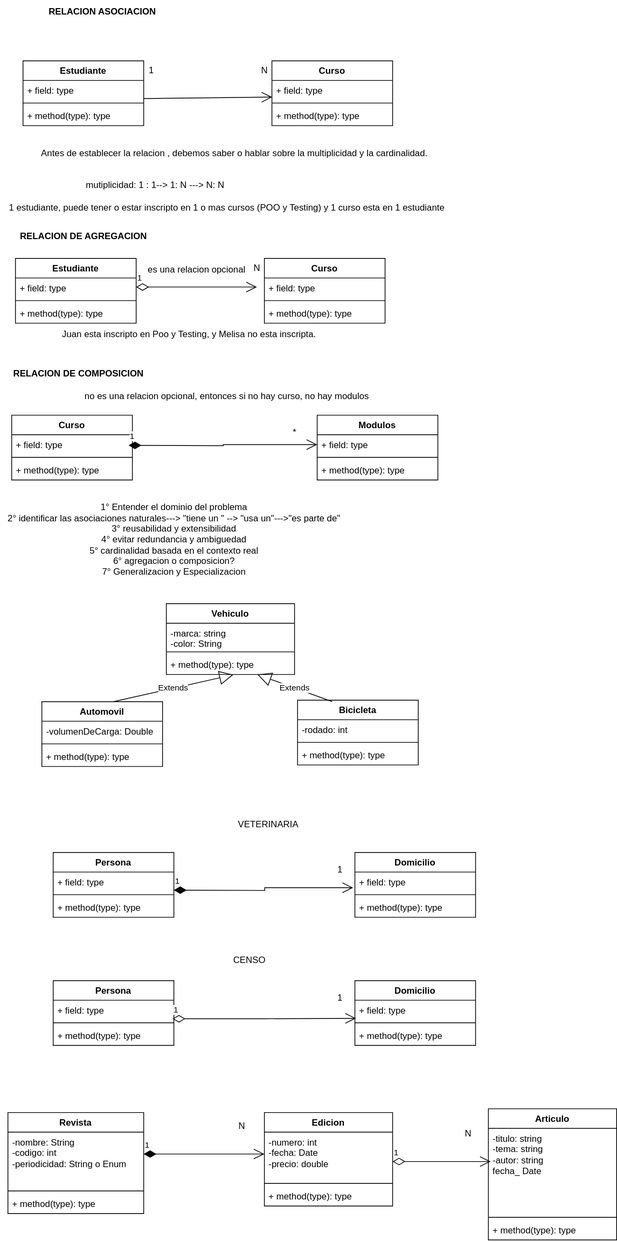
jpereyradh/POO_C5_02_2024 keeps this draw.io diagram as Clase 5- Relaciones/C5_relacionesEntreClases.drawio.svg. Above is the earlier version. Source tidied: cells renumbered, new cells last; positions are measured from the earlier drawing's top-left corner, leaving out a move shared by most shapes.
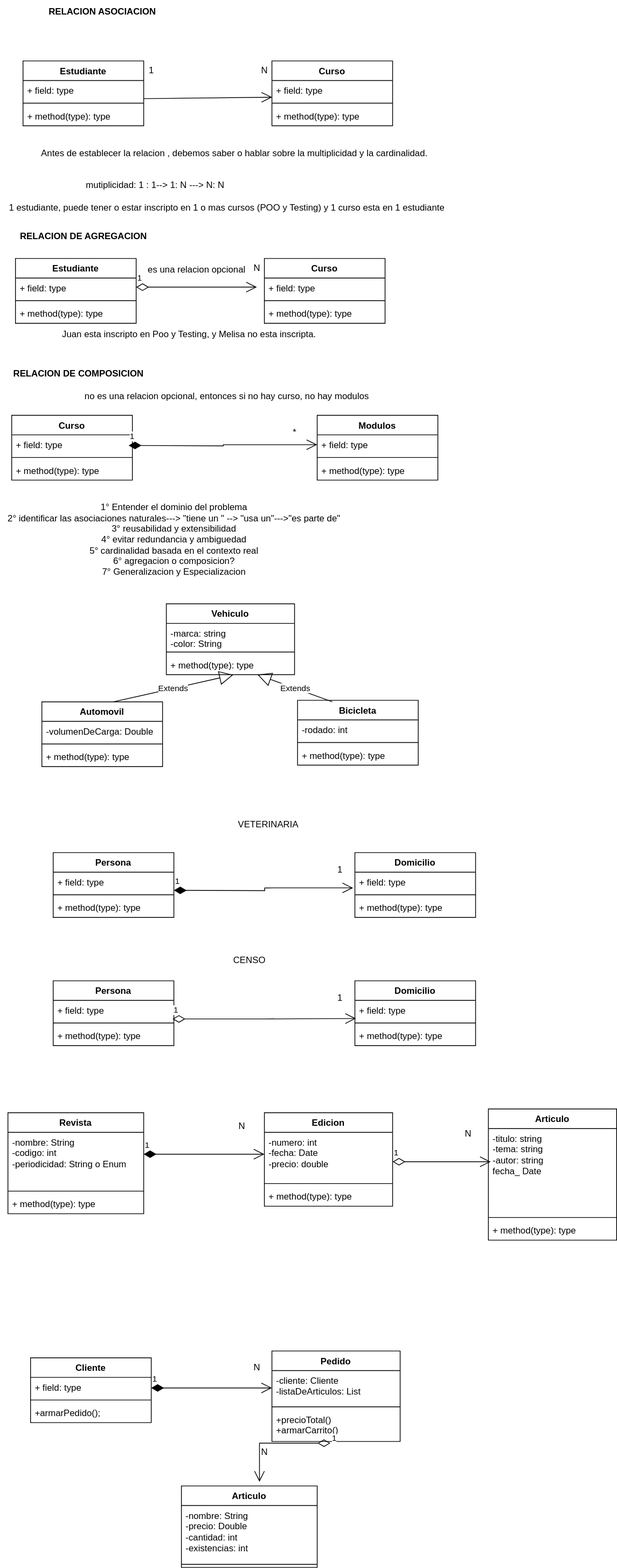
Later version of the same file.

The edit, as a diff of the source:
```diff
@@ -300,5 +300,53 @@
         <mxPoint x="650" y="1540" as="targetPoint" />
       </mxGeometry>
     </mxCell>
+    <mxCell id="95" value="Cliente" style="swimlane;fontStyle=1;align=center;verticalAlign=top;horizontal=1;startSize=26;whiteSpace=wrap;html=1;" parent="1" vertex="1">
+      <mxGeometry x="40" y="1800" width="160" height="86" as="geometry" />
+    </mxCell>
+    <mxCell id="96" value="+ field: type" style="text;strokeColor=none;fillColor=none;align=left;verticalAlign=top;spacingLeft=4;spacingRight=4;overflow=hidden;whiteSpace=wrap;html=1;" parent="95" vertex="1">
+      <mxGeometry y="26" width="160" height="26" as="geometry" />
+    </mxCell>
+    <mxCell id="97" style="line;strokeWidth=1;fillColor=none;align=left;verticalAlign=middle;spacingTop=-1;spacingLeft=3;spacingRight=3;labelPosition=right;strokeColor=inherit;" parent="95" vertex="1">
+      <mxGeometry y="52" width="160" height="8" as="geometry" />
+    </mxCell>
+    <mxCell id="98" value="+armarPedido();" style="text;strokeColor=none;fillColor=none;align=left;verticalAlign=top;spacingLeft=4;spacingRight=4;overflow=hidden;whiteSpace=wrap;html=1;" parent="95" vertex="1">
+      <mxGeometry y="60" width="160" height="26" as="geometry" />
+    </mxCell>
+    <mxCell id="99" value="Pedido" style="swimlane;fontStyle=1;align=center;verticalAlign=top;horizontal=1;startSize=26;whiteSpace=wrap;html=1;" parent="1" vertex="1">
+      <mxGeometry x="360" y="1791" width="170" height="120" as="geometry" />
+    </mxCell>
+    <mxCell id="100" value="-cliente: Cliente&lt;br&gt;-listaDeArticulos: List" style="text;strokeColor=none;fillColor=none;align=left;verticalAlign=top;spacingLeft=4;spacingRight=4;overflow=hidden;whiteSpace=wrap;html=1;" parent="99" vertex="1">
+      <mxGeometry y="26" width="170" height="44" as="geometry" />
+    </mxCell>
+    <mxCell id="101" style="line;strokeWidth=1;fillColor=none;align=left;verticalAlign=middle;spacingTop=-1;spacingLeft=3;spacingRight=3;labelPosition=right;strokeColor=inherit;" parent="99" vertex="1">
+      <mxGeometry y="70" width="170" height="8" as="geometry" />
+    </mxCell>
+    <mxCell id="102" value="+precioTotal()&lt;br&gt;+armarCarrito()" style="text;strokeColor=none;fillColor=none;align=left;verticalAlign=top;spacingLeft=4;spacingRight=4;overflow=hidden;points=[[0,0.5],[1,0.5]];portConstraint=eastwest;whiteSpace=wrap;html=1;" parent="99" vertex="1">
+      <mxGeometry y="78" width="170" height="42" as="geometry" />
+    </mxCell>
+    <mxCell id="103" value="1" style="endArrow=open;html=1;endSize=12;startArrow=diamondThin;startSize=14;startFill=1;edgeStyle=orthogonalEdgeStyle;align=left;verticalAlign=bottom;rounded=0;" parent="1" edge="1">
+      <mxGeometry x="-1" y="3" relative="1" as="geometry">
+        <mxPoint x="200" y="1840" as="sourcePoint" />
+        <mxPoint x="360" y="1840" as="targetPoint" />
+      </mxGeometry>
+    </mxCell>
+    <mxCell id="104" value="N" style="text;html=1;align=center;verticalAlign=middle;strokeColor=none;fillColor=none;" parent="1" vertex="1">
+      <mxGeometry x="325" y="1798" width="30" height="30" as="geometry" />
+    </mxCell>
+    <mxCell id="105" value="Articulo" style="swimlane;fontStyle=1;align=center;verticalAlign=top;horizontal=1;startSize=26;whiteSpace=wrap;html=1;" parent="1" vertex="1">
+      <mxGeometry x="240" y="1970" width="180" height="108" as="geometry" />
+    </mxCell>
+    <mxCell id="106" value="-nombre: String&lt;br&gt;-precio: Double&lt;br&gt;-cantidad: int&lt;br&gt;-existencias: int" style="text;strokeColor=none;fillColor=none;align=left;verticalAlign=top;spacingLeft=4;spacingRight=4;overflow=hidden;whiteSpace=wrap;html=1;" parent="105" vertex="1">
+      <mxGeometry y="26" width="180" height="74" as="geometry" />
+    </mxCell>
+    <mxCell id="107" style="line;strokeWidth=1;fillColor=none;align=left;verticalAlign=middle;spacingTop=-1;spacingLeft=3;spacingRight=3;labelPosition=right;strokeColor=inherit;" parent="105" vertex="1">
+      <mxGeometry y="100" width="180" height="8" as="geometry" />
+    </mxCell>
+    <mxCell id="108" value="1" style="endArrow=open;html=1;endSize=12;startArrow=diamondThin;startSize=14;startFill=0;edgeStyle=orthogonalEdgeStyle;align=left;verticalAlign=bottom;rounded=0;entryX=0.575;entryY=-0.051;entryDx=0;entryDy=0;entryPerimeter=0;exitX=0.456;exitY=1.054;exitDx=0;exitDy=0;exitPerimeter=0;" parent="1" edge="1" source="102" target="105">
+      <mxGeometry x="-1" y="3" relative="1" as="geometry" />
+    </mxCell>
+    <mxCell id="109" value="N" style="text;html=1;align=center;verticalAlign=middle;strokeColor=none;fillColor=none;" parent="1" vertex="1">
+      <mxGeometry x="335" y="1910" width="30" height="30" as="geometry" />
+    </mxCell>
   </root>
 </mxGraphModel>
```
